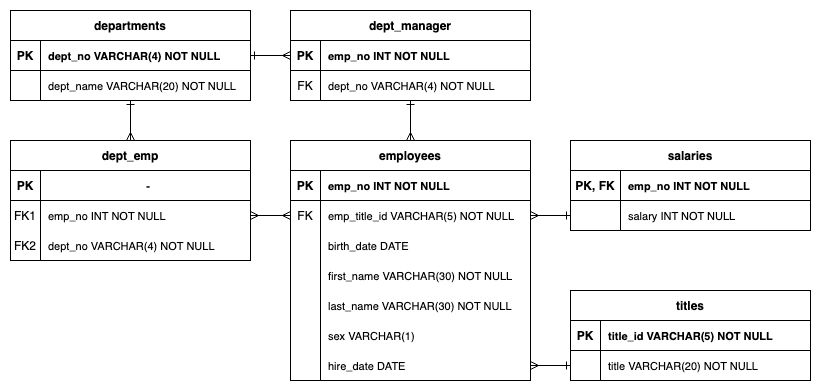
This is ERD.png from alyssahondrade/sql-challenge, a draw.io export, as it was before one commit. Source tidied: cells renumbered, new cells last; positions are measured from the earlier drawing's top-left corner, leaving out a move shared by most shapes.
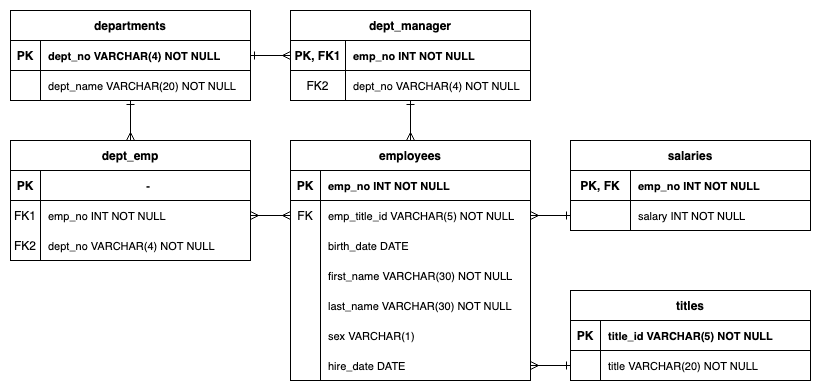
After the change.

Commit message:
updated ERD with correct PK,FK for dept_manager

The edit, as a diff of the source:
```diff
@@ -78,19 +78,19 @@
       <mxGeometry y="30" width="240" height="30" as="geometry" />
     </mxCell>
     <mxCell id="27" value="PK, FK" style="shape=partialRectangle;overflow=hidden;fillColor=none;top=0;left=0;bottom=0;right=0;fontStyle=1;" parent="26" vertex="1">
-      <mxGeometry width="50" height="30" as="geometry" />
+      <mxGeometry width="60" height="30" as="geometry" />
     </mxCell>
     <mxCell id="28" value="emp_no INT NOT NULL" style="shape=partialRectangle;overflow=hidden;fillColor=none;top=0;left=0;bottom=0;right=0;align=left;spacingLeft=6;fontStyle=1;fontSize=11;" parent="26" vertex="1">
-      <mxGeometry x="50" width="190" height="30" as="geometry" />
+      <mxGeometry x="60" width="180" height="30" as="geometry" />
     </mxCell>
     <mxCell id="29" style="shape=partialRectangle;fillColor=none;points=[[0,0.5],[1,0.5]];portConstraint=eastwest;top=0;left=0;right=0;bottom=0;" parent="25" vertex="1">
       <mxGeometry y="60" width="240" height="30" as="geometry" />
     </mxCell>
     <mxCell id="30" style="shape=partialRectangle;overflow=hidden;fillColor=none;top=0;left=0;bottom=0;right=0;" parent="29" vertex="1">
-      <mxGeometry width="50" height="30" as="geometry" />
+      <mxGeometry width="60" height="30" as="geometry" />
     </mxCell>
     <mxCell id="31" value="salary INT NOT NULL" style="shape=partialRectangle;overflow=hidden;fillColor=none;top=0;left=0;bottom=0;right=0;align=left;spacingLeft=6;fontSize=11;" parent="29" vertex="1">
-      <mxGeometry x="50" width="190" height="30" as="geometry" />
+      <mxGeometry x="60" width="180" height="30" as="geometry" />
     </mxCell>
     <mxCell id="32" value="dept_emp" style="shape=table;startSize=30;rowLines=0;fontStyle=1;align=center;" parent="1" vertex="1">
       <mxGeometry y="130" width="240" height="120" as="geometry" />
@@ -149,20 +149,20 @@
     <mxCell id="50" style="shape=partialRectangle;fillColor=none;points=[[0,0.5],[1,0.5]];portConstraint=eastwest;top=0;left=0;right=0;bottom=1;" parent="49" vertex="1">
       <mxGeometry y="30" width="240" height="30" as="geometry" />
     </mxCell>
-    <mxCell id="51" value="PK" style="shape=partialRectangle;overflow=hidden;fillColor=none;top=0;left=0;bottom=0;right=0;fontStyle=1;" parent="50" vertex="1">
-      <mxGeometry width="30" height="30" as="geometry" />
+    <mxCell id="51" value="PK, FK1" style="shape=partialRectangle;overflow=hidden;fillColor=none;top=0;left=0;bottom=0;right=0;fontStyle=1;" parent="50" vertex="1">
+      <mxGeometry width="55" height="30" as="geometry" />
     </mxCell>
     <mxCell id="52" value="emp_no INT NOT NULL" style="shape=partialRectangle;overflow=hidden;fillColor=none;top=0;left=0;bottom=0;right=0;align=left;spacingLeft=6;fontStyle=1;fontSize=11;" parent="50" vertex="1">
-      <mxGeometry x="30" width="210" height="30" as="geometry" />
+      <mxGeometry x="55" width="185" height="30" as="geometry" />
     </mxCell>
     <mxCell id="53" style="shape=partialRectangle;fillColor=none;top=0;left=0;right=0;bottom=0;" parent="49" vertex="1">
       <mxGeometry y="60" width="240" height="30" as="geometry" />
     </mxCell>
-    <mxCell id="54" value="FK" style="shape=partialRectangle;overflow=hidden;fillColor=none;top=0;left=0;bottom=0;right=0;" parent="53" vertex="1">
-      <mxGeometry width="30" height="30" as="geometry" />
+    <mxCell id="54" value="FK2" style="shape=partialRectangle;overflow=hidden;fillColor=none;top=0;left=0;bottom=0;right=0;" parent="53" vertex="1">
+      <mxGeometry width="55" height="30" as="geometry" />
     </mxCell>
     <mxCell id="55" value="dept_no VARCHAR(4) NOT NULL" style="shape=partialRectangle;overflow=hidden;fillColor=none;top=0;left=0;bottom=0;right=0;align=left;spacingLeft=6;fontSize=11;" parent="53" vertex="1">
-      <mxGeometry x="30" width="210" height="30" as="geometry" />
+      <mxGeometry x="55" width="185" height="30" as="geometry" />
     </mxCell>
     <mxCell id="56" value="departments" style="shape=table;startSize=30;rowLines=0;fontStyle=1;align=center;" parent="1" vertex="1">
       <mxGeometry width="240" height="90" as="geometry" />
```
